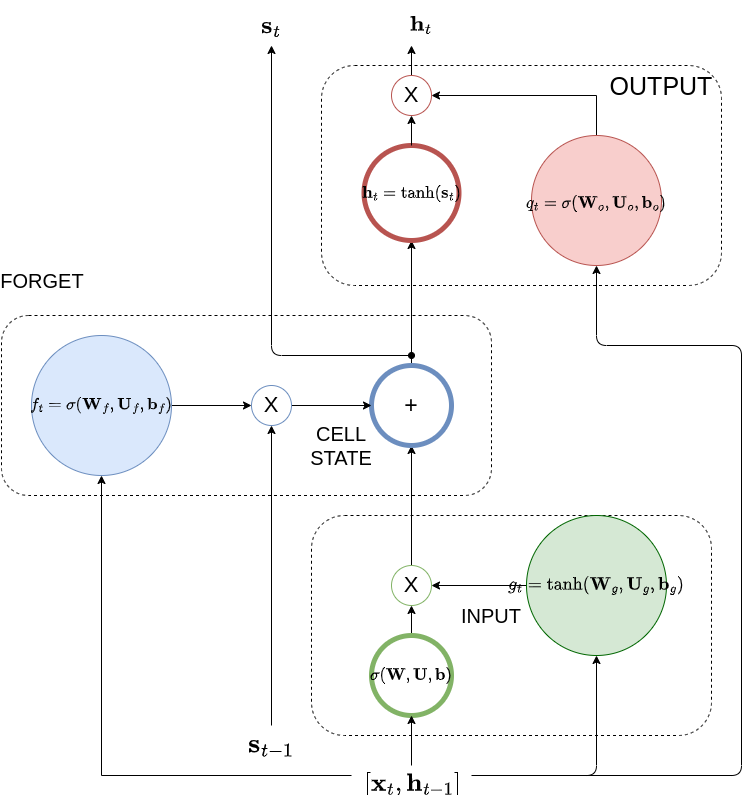
This is lectures/rnn/lstm/images/lstm.png from pantelis/aiml-common, a draw.io export, as it was before one commit. Source tidied: cells renumbered, new cells last; positions are measured from the earlier drawing's top-left corner, leaving out a move shared by most shapes.
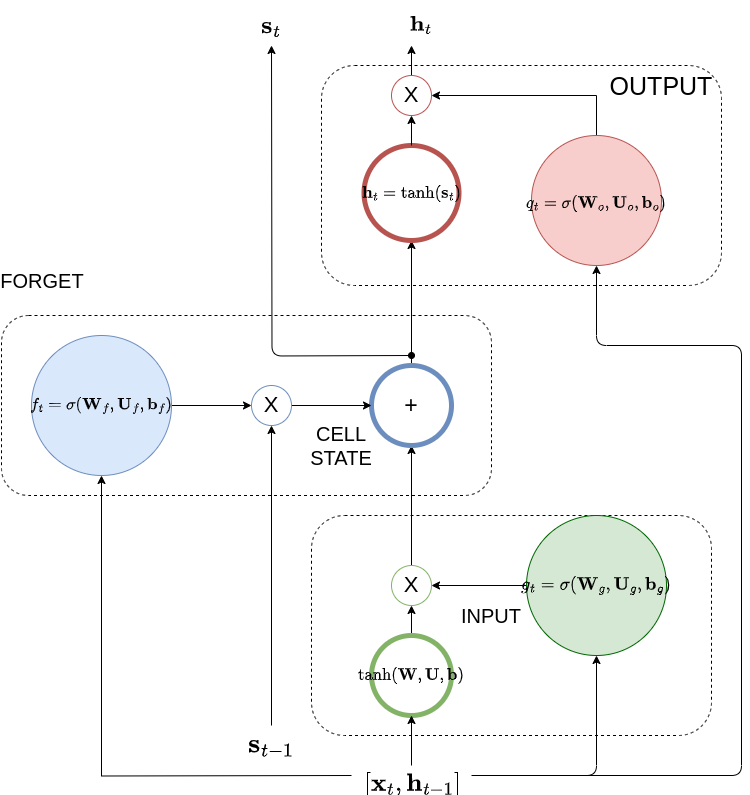
The same file after the commit.

Commit message:
updated lstm cell diagram

The edit, as a diff of the source:
```diff
@@ -19,7 +19,7 @@
         <mxPoint x="350" y="760" as="sourcePoint" />
       </mxGeometry>
     </mxCell>
-    <mxCell id="7" value="$$\sigma(\mathbf W, \mathbf U, \mathbf b)$$" style="ellipse;whiteSpace=wrap;html=1;fontSize=14;fillColor=none;strokeColor=#82b366;strokeWidth=5;" parent="1" vertex="1">
+    <mxCell id="7" value="$$\tanh(\mathbf W, \mathbf U, \mathbf b)$$" style="ellipse;whiteSpace=wrap;html=1;fontSize=14;fillColor=none;strokeColor=#82b366;strokeWidth=5;" parent="1" vertex="1">
       <mxGeometry x="370" y="620" width="80" height="80" as="geometry" />
     </mxCell>
     <mxCell id="8" style="edgeStyle=orthogonalEdgeStyle;rounded=0;jettySize=auto;html=1;startArrow=none;startFill=0;strokeColor=#000000;fontSize=14;" parent="1" edge="1" source="9" target="16">
@@ -31,7 +31,7 @@
     <mxCell id="10" style="edgeStyle=orthogonalEdgeStyle;rounded=0;jettySize=auto;html=1;entryX=1;entryY=0.5;entryDx=0;entryDy=0;startArrow=none;startFill=0;strokeColor=#000000;fontSize=14;" parent="1" edge="1" source="11" target="9">
       <mxGeometry relative="1" as="geometry" />
     </mxCell>
-    <mxCell id="11" value="&lt;span style=&quot;font-size: 15px;&quot;&gt;$$g_t=\tanh(\mathbf W_g, \mathbf U_g, \mathbf b_g)$$&lt;/span&gt;" style="ellipse;whiteSpace=wrap;html=1;fontSize=15;fillColor=#d5e8d4;strokeColor=#006600;strokeWidth=1;" parent="1" vertex="1">
+    <mxCell id="11" value="&lt;span style=&quot;font-size: 15px;&quot;&gt;$$g_t=\sigma(\mathbf W_g, \mathbf U_g, \mathbf b_g)$$&lt;/span&gt;" style="ellipse;whiteSpace=wrap;html=1;fontSize=15;fillColor=#d5e8d4;strokeColor=#006600;strokeWidth=1;" parent="1" vertex="1">
       <mxGeometry x="525" y="500" width="140" height="140" as="geometry" />
     </mxCell>
     <mxCell id="12" style="edgeStyle=orthogonalEdgeStyle;rounded=0;jettySize=auto;html=1;exitX=0.5;exitY=0;exitDx=0;exitDy=0;startArrow=none;startFill=0;strokeColor=#000000;fontSize=14;" parent="1" edge="1" source="34">
```
